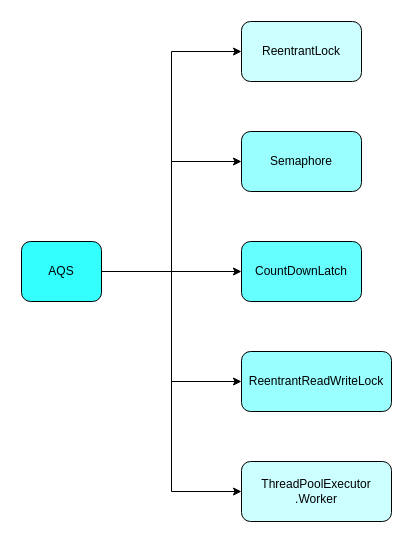
Before: pocess_diagram/AQS应用.drawio in abigalexy/online_drawing, a draw.io diagram. Source tidied: cells renumbered, new cells numbered last; positions are measured from the earlier drawing's top-left corner, leaving out a move shared by most shapes. Both pictures are drawn from the tidied source at 100%, with x=0, y=0 at pixel (21, 21).
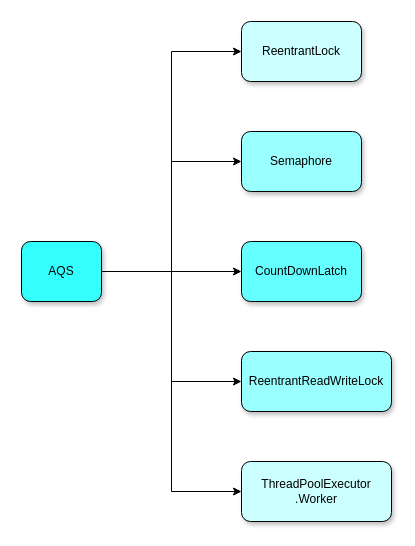
After the change.

What changed in the source:
```diff
@@
 <mxGraphModel>
   <root>
     <mxCell id="0" />
     <mxCell id="1" parent="0" />
     <mxCell id="2" style="edgeStyle=orthogonalEdgeStyle;rounded=0;jettySize=auto;html=1;exitX=1;exitY=0.5;exitDx=0;exitDy=0;entryX=0;entryY=0.5;entryDx=0;entryDy=0;" parent="1" edge="1" source="7" target="9">
       <mxGeometry relative="1" as="geometry" />
     </mxCell>
     <mxCell id="3" style="edgeStyle=orthogonalEdgeStyle;rounded=0;jettySize=auto;html=1;exitX=1;exitY=0.5;exitDx=0;exitDy=0;entryX=0;entryY=0.5;entryDx=0;entryDy=0;" parent="1" edge="1" source="7" target="10">
       <mxGeometry relative="1" as="geometry" />
     </mxCell>
     <mxCell id="4" style="edgeStyle=orthogonalEdgeStyle;rounded=0;jettySize=auto;html=1;exitX=1;exitY=0.5;exitDx=0;exitDy=0;entryX=0;entryY=0.5;entryDx=0;entryDy=0;" parent="1" edge="1" source="7" target="11">
       <mxGeometry relative="1" as="geometry" />
     </mxCell>
     <mxCell id="5" style="edgeStyle=orthogonalEdgeStyle;rounded=0;jettySize=auto;html=1;exitX=1;exitY=0.5;exitDx=0;exitDy=0;entryX=0;entryY=0.5;entryDx=0;entryDy=0;" parent="1" edge="1" source="7" target="12">
       <mxGeometry relative="1" as="geometry" />
     </mxCell>
     <mxCell id="6" style="edgeStyle=orthogonalEdgeStyle;rounded=0;jettySize=auto;html=1;exitX=1;exitY=0.5;exitDx=0;exitDy=0;entryX=0;entryY=0.5;entryDx=0;entryDy=0;" parent="1" edge="1" source="7" target="17">
       <mxGeometry relative="1" as="geometry" />
     </mxCell>
-    <mxCell id="7" style="rounded=1;whiteSpace=wrap;html=1;fillColor=#33FFFF;" parent="1" vertex="1">
+    <mxCell id="7" style="rounded=1;whiteSpace=wrap;html=1;fillColor=#33FFFF;shadow=1;" parent="1" vertex="1">
       <mxGeometry y="220" width="80" height="60" as="geometry" />
     </mxCell>
     <mxCell id="8" value="AQS" style="text;strokeColor=none;align=center;fillColor=none;html=1;verticalAlign=middle;whiteSpace=wrap;rounded=0;" parent="1" vertex="1">
       <mxGeometry x="20" y="235" width="40" height="30" as="geometry" />
     </mxCell>
-    <mxCell id="9" style="rounded=1;whiteSpace=wrap;html=1;fillColor=#CCFFFF;" parent="1" vertex="1">
+    <mxCell id="9" style="rounded=1;whiteSpace=wrap;html=1;fillColor=#CCFFFF;shadow=1;" parent="1" vertex="1">
       <mxGeometry x="220" width="120" height="60" as="geometry" />
     </mxCell>
-    <mxCell id="10" style="rounded=1;whiteSpace=wrap;html=1;fillColor=#99FFFF;" parent="1" vertex="1">
+    <mxCell id="10" style="rounded=1;whiteSpace=wrap;html=1;fillColor=#99FFFF;shadow=1;" parent="1" vertex="1">
       <mxGeometry x="220" y="110" width="120" height="60" as="geometry" />
     </mxCell>
-    <mxCell id="11" style="rounded=1;whiteSpace=wrap;html=1;fillColor=#66FFFF;" parent="1" vertex="1">
+    <mxCell id="11" style="rounded=1;whiteSpace=wrap;html=1;fillColor=#66FFFF;shadow=1;" parent="1" vertex="1">
       <mxGeometry x="220" y="220" width="120" height="60" as="geometry" />
     </mxCell>
-    <mxCell id="12" style="rounded=1;whiteSpace=wrap;html=1;fillColor=#99FFFF;" parent="1" vertex="1">
+    <mxCell id="12" style="rounded=1;whiteSpace=wrap;html=1;fillColor=#99FFFF;shadow=1;" parent="1" vertex="1">
       <mxGeometry x="220" y="330" width="150" height="60" as="geometry" />
     </mxCell>
     <mxCell id="13" value="ReentrantLock" style="text;strokeColor=none;align=center;fillColor=none;html=1;verticalAlign=middle;whiteSpace=wrap;rounded=0;" parent="1" vertex="1">
       <mxGeometry x="240" y="15" width="80" height="30" as="geometry" />
     </mxCell>
     <mxCell id="14" value="Semaphore" style="text;strokeColor=none;align=center;fillColor=none;html=1;verticalAlign=middle;whiteSpace=wrap;rounded=0;" parent="1" vertex="1">
       <mxGeometry x="245" y="125" width="70" height="30" as="geometry" />
     </mxCell>
     <mxCell id="15" value="CountDownLatch" style="text;strokeColor=none;align=center;fillColor=none;html=1;verticalAlign=middle;whiteSpace=wrap;rounded=0;" parent="1" vertex="1">
       <mxGeometry x="230" y="235" width="100" height="30" as="geometry" />
     </mxCell>
     <mxCell id="16" value="ReentrantReadWriteLock" style="text;strokeColor=none;align=center;fillColor=none;html=1;verticalAlign=middle;whiteSpace=wrap;rounded=0;" parent="1" vertex="1">
       <mxGeometry x="225" y="345" width="140" height="30" as="geometry" />
     </mxCell>
-    <mxCell id="17" style="rounded=1;whiteSpace=wrap;html=1;fillColor=#CCFFFF;" parent="1" vertex="1">
+    <mxCell id="17" style="rounded=1;whiteSpace=wrap;html=1;fillColor=#CCFFFF;shadow=1;" parent="1" vertex="1">
       <mxGeometry x="220" y="440" width="150" height="60" as="geometry" />
     </mxCell>
     <mxCell id="18" value="ThreadPoolExecutor&lt;div&gt;.Worker&lt;/div&gt;" style="text;strokeColor=none;align=center;fillColor=none;html=1;verticalAlign=middle;whiteSpace=wrap;rounded=0;" parent="1" vertex="1">
       <mxGeometry x="240" y="455" width="110" height="30" as="geometry" />
     </mxCell>
   </root>
 </mxGraphModel>
```
